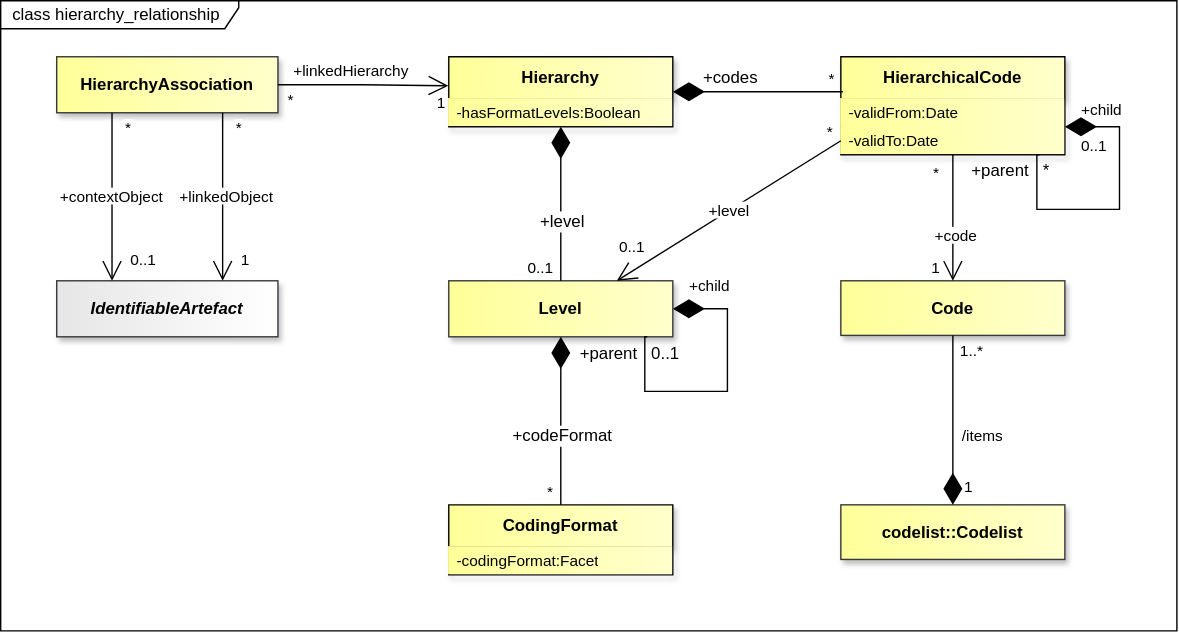
sdmx-twg/sdmx-im keeps this draw.io diagram as docs/information_model/media/sdmx_codelist-hierarchy_relationship.svg. Above is the earlier version. Source tidied: cells renumbered, new cells last; positions are measured from the earlier drawing's top-left corner, leaving out a move shared by most shapes.
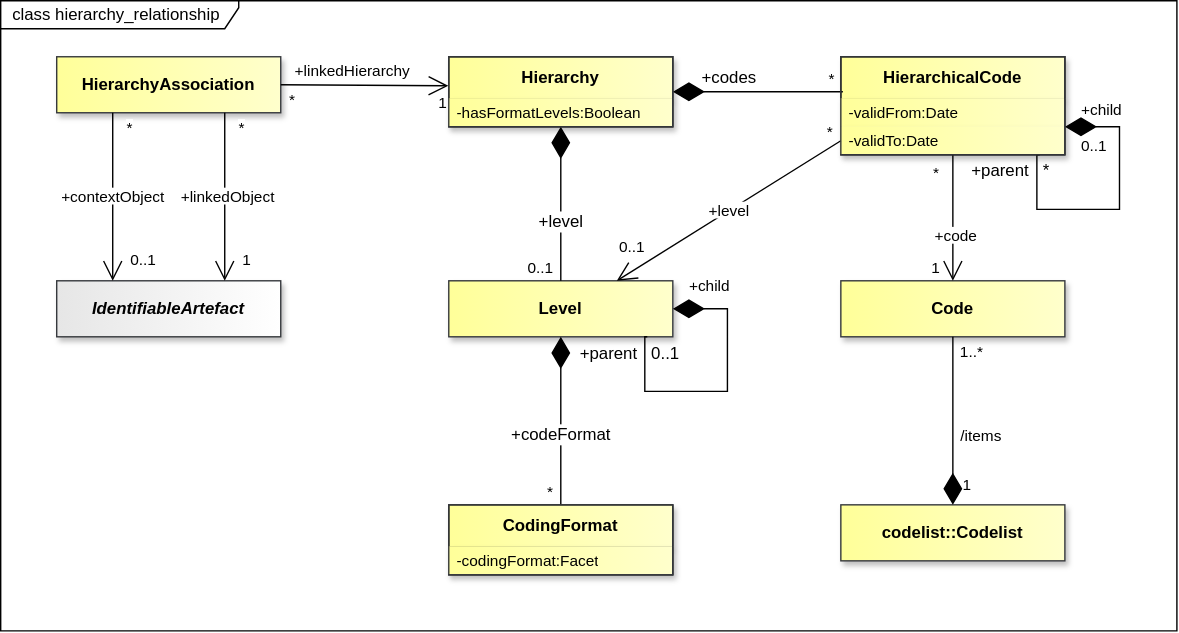
The same diagram one commit later.

The edit, as a diff of the source:
```diff
@@ -30,13 +30,13 @@
       <mxGeometry x="320" y="200" width="160" height="40" as="geometry" />
     </mxCell>
     <mxCell id="11" value="HierarchyAssociation" style="whiteSpace=wrap;html=1;verticalAlign=middle;gradientDirection=east;imageVerticalAlign=top;fontStyle=1;fillColor=light-dark(#FFFF99,#FFFF99);strokeColor=#36393d;fontColor=light-dark(#000000,#000000);gradientColor=light-dark(#FFFFCC,#FFFFCC);shadow=1;" parent="1" vertex="1">
-      <mxGeometry x="40" y="40" width="158" height="40" as="geometry" />
+      <mxGeometry x="40" y="40" width="160" height="40" as="geometry" />
     </mxCell>
     <mxCell id="12" value="&lt;span style=&quot;background-color: transparent;&quot;&gt;Code&lt;/span&gt;" style="whiteSpace=wrap;html=1;verticalAlign=middle;gradientDirection=east;imageVerticalAlign=top;fontStyle=1;fillColor=light-dark(#FFFF99,#FFFF99);strokeColor=#36393d;fontColor=light-dark(#000000,#000000);gradientColor=light-dark(#FFFFCC,#FFFFCC);shadow=1;" parent="1" vertex="1">
-      <mxGeometry x="600" y="200" width="160" height="39" as="geometry" />
+      <mxGeometry x="600" y="200" width="160" height="40" as="geometry" />
     </mxCell>
     <mxCell id="13" value="codelist::&lt;span style=&quot;background-color: transparent;&quot;&gt;Codelist&lt;/span&gt;" style="whiteSpace=wrap;html=1;verticalAlign=middle;gradientDirection=east;imageVerticalAlign=top;fontStyle=1;fillColor=light-dark(#FFFF99,#FFFF99);strokeColor=#36393d;fontColor=light-dark(#000000,#000000);gradientColor=light-dark(#FFFFCC,#FFFFCC);shadow=1;" parent="1" vertex="1">
-      <mxGeometry x="600" y="360" width="160" height="39" as="geometry" />
+      <mxGeometry x="600" y="360" width="160" height="40" as="geometry" />
     </mxCell>
     <mxCell id="14" style="endArrow=none;html=1;endSize=12;startArrow=diamondThin;startSize=20;startFill=1;edgeStyle=orthogonalEdgeStyle;rounded=0;exitX=0.5;exitY=0;exitDx=0;exitDy=0;endFill=0;strokeColor=light-dark(#000000,#FFFFFF);fontColor=light-dark(#000000,#FFFFFF);labelBackgroundColor=none;entryX=0.5;entryY=1;entryDx=0;entryDy=0;" parent="1" edge="1" source="13" target="12">
       <mxGeometry x="-0.54" relative="1" as="geometry" />
@@ -59,13 +59,13 @@
     <mxCell id="18" value="Hierarchy" style="swimlane;fontStyle=1;align=center;verticalAlign=middle;horizontal=1;startSize=30;whiteSpace=wrap;html=1;fillColor=light-dark(#FFFF99,#FFFF99);strokeColor=light-dark(#000000,#000000);gradientDirection=east;swimlaneLine=1;fontColor=light-dark(#000000,#000000);labelBackgroundColor=none;textShadow=0;gradientColor=light-dark(#FFFFCC,#FFFFCC);shadow=1;" parent="1" vertex="1">
       <mxGeometry x="320" y="40" width="160" height="50" as="geometry" />
     </mxCell>
-    <mxCell id="19" value="-hasFormatLevels:Boolean" style="text;strokeColor=none;fillColor=light-dark(#FFFF99,#FFFF99);align=left;verticalAlign=middle;spacingLeft=4;spacingRight=4;overflow=hidden;whiteSpace=wrap;html=1;fontFamily=Helvetica;fontSize=11;fontColor=light-dark(#000000,#000000);gradientColor=light-dark(#FFFFCC,#FFFFCC);gradientDirection=east;" parent="18" vertex="1">
+    <mxCell id="19" value="-hasFormatLevels:Boolean" style="text;strokeColor=none;fillColor=light-dark(#FFFF99,#FFFF99);align=left;verticalAlign=middle;spacingLeft=4;spacingRight=4;overflow=hidden;whiteSpace=wrap;html=1;fontFamily=Helvetica;fontSize=11;fontColor=light-dark(#000000,#000000);gradientColor=light-dark(#FFFFCC,#FFFFCC);gradientDirection=east;shadow=1;" parent="18" vertex="1">
       <mxGeometry y="30" width="160" height="20" as="geometry" />
     </mxCell>
     <mxCell id="20" value="CodingFormat" style="swimlane;fontStyle=1;align=center;verticalAlign=middle;horizontal=1;startSize=30;whiteSpace=wrap;html=1;fillColor=light-dark(#FFFF99,#FFFF99);strokeColor=light-dark(#000000,#000000);gradientDirection=east;swimlaneLine=1;fontColor=light-dark(#000000,#000000);labelBackgroundColor=none;textShadow=0;gradientColor=light-dark(#FFFFCC,#FFFFCC);shadow=1;" parent="1" vertex="1">
       <mxGeometry x="320" y="360" width="160" height="50" as="geometry" />
     </mxCell>
-    <mxCell id="21" value="-codingFormat:Facet" style="text;strokeColor=none;fillColor=light-dark(#FFFF99,#FFFF99);align=left;verticalAlign=middle;spacingLeft=4;spacingRight=4;overflow=hidden;whiteSpace=wrap;html=1;fontFamily=Helvetica;fontSize=11;fontColor=light-dark(#000000,#000000);gradientColor=light-dark(#FFFFCC,#FFFFCC);gradientDirection=east;" parent="20" vertex="1">
+    <mxCell id="21" value="-codingFormat:Facet" style="text;strokeColor=none;fillColor=light-dark(#FFFF99,#FFFF99);align=left;verticalAlign=middle;spacingLeft=4;spacingRight=4;overflow=hidden;whiteSpace=wrap;html=1;fontFamily=Helvetica;fontSize=11;fontColor=light-dark(#000000,#000000);gradientColor=light-dark(#FFFFCC,#FFFFCC);gradientDirection=east;shadow=1;" parent="20" vertex="1">
       <mxGeometry y="30" width="160" height="20" as="geometry" />
     </mxCell>
     <mxCell id="22" style="endArrow=none;html=1;endSize=12;startArrow=diamondThin;startSize=20;startFill=1;edgeStyle=orthogonalEdgeStyle;rounded=0;endFill=0;strokeColor=light-dark(#000000,#FFFFFF);fontColor=light-dark(#000000,#FFFFFF);labelBackgroundColor=none;entryX=0.886;entryY=1;entryDx=0;entryDy=0;exitX=1;exitY=0.5;exitDx=0;exitDy=0;innerLoopWaypoints=1;entryPerimeter=0;" parent="1" edge="1" source="10" target="10">
@@ -90,14 +90,14 @@
     <mxCell id="25" value="HierarchicalCode" style="swimlane;fontStyle=1;align=center;verticalAlign=middle;horizontal=1;startSize=30;whiteSpace=wrap;html=1;fillColor=light-dark(#FFFF99,#FFFF99);strokeColor=light-dark(#000000,#000000);gradientDirection=east;swimlaneLine=1;fontColor=light-dark(#000000,#000000);labelBackgroundColor=none;textShadow=0;gradientColor=light-dark(#FFFFCC,#FFFFCC);shadow=1;" parent="1" vertex="1">
       <mxGeometry x="600" y="40" width="160" height="70" as="geometry" />
     </mxCell>
-    <mxCell id="26" value="-validFrom:Date" style="text;strokeColor=none;fillColor=light-dark(#FFFF99,#FFFF99);align=left;verticalAlign=middle;spacingLeft=4;spacingRight=4;overflow=hidden;whiteSpace=wrap;html=1;fontFamily=Helvetica;fontSize=11;fontColor=light-dark(#000000,#000000);gradientColor=light-dark(#FFFFCC,#FFFFCC);gradientDirection=east;" parent="25" vertex="1">
+    <mxCell id="26" value="-validFrom:Date" style="text;strokeColor=none;fillColor=light-dark(#FFFF99,#FFFF99);align=left;verticalAlign=middle;spacingLeft=4;spacingRight=4;overflow=hidden;whiteSpace=wrap;html=1;fontFamily=Helvetica;fontSize=11;fontColor=light-dark(#000000,#000000);gradientColor=light-dark(#FFFFCC,#FFFFCC);gradientDirection=east;shadow=1;" parent="25" vertex="1">
       <mxGeometry y="30" width="160" height="20" as="geometry" />
     </mxCell>
-    <mxCell id="27" value="-validTo:Date" style="text;strokeColor=none;fillColor=light-dark(#FFFF99,#FFFF99);align=left;verticalAlign=middle;spacingLeft=4;spacingRight=4;overflow=hidden;points=[[0,0.5],[1,0.5]];portConstraint=eastwest;whiteSpace=wrap;html=1;fontFamily=Helvetica;fontSize=11;fontColor=light-dark(#000000,#000000);gradientColor=light-dark(#FFFFCC,#FFFFCC);gradientDirection=east;" parent="25" vertex="1">
+    <mxCell id="27" value="-validTo:Date" style="text;strokeColor=none;fillColor=light-dark(#FFFF99,#FFFF99);align=left;verticalAlign=middle;spacingLeft=4;spacingRight=4;overflow=hidden;points=[[0,0.5],[1,0.5]];portConstraint=eastwest;whiteSpace=wrap;html=1;fontFamily=Helvetica;fontSize=11;fontColor=light-dark(#000000,#000000);gradientColor=light-dark(#FFFFCC,#FFFFCC);gradientDirection=east;shadow=1;" parent="25" vertex="1">
       <mxGeometry y="50" width="160" height="20" as="geometry" />
     </mxCell>
     <mxCell id="28" value="IdentifiableArtefact" style="whiteSpace=wrap;html=1;verticalAlign=middle;gradientDirection=east;imageVerticalAlign=top;fontStyle=3;fillColor=light-dark(#E6E6E6,#E6E6E6);strokeColor=#36393d;fontColor=light-dark(#000000,#000000);gradientColor=light-dark(#FFFFFF,#FFFFFF);shadow=1;" parent="1" vertex="1">
-      <mxGeometry x="40" y="200" width="158" height="40" as="geometry" />
+      <mxGeometry x="40" y="200" width="160" height="40" as="geometry" />
     </mxCell>
     <mxCell id="29" style="endArrow=none;html=1;endSize=12;startArrow=diamondThin;startSize=20;startFill=1;edgeStyle=orthogonalEdgeStyle;rounded=0;endFill=0;strokeColor=light-dark(#000000,#FFFFFF);fontColor=light-dark(#000000,#FFFFFF);labelBackgroundColor=none;exitX=0.5;exitY=1;exitDx=0;exitDy=0;entryX=0.5;entryY=0;entryDx=0;entryDy=0;" parent="1" edge="1" source="18" target="10">
       <mxGeometry x="0.56" y="-28" relative="1" as="geometry">
@@ -114,14 +114,14 @@
         <mxPoint x="-1" y="-10" as="offset" />
       </mxGeometry>
     </mxCell>
-    <mxCell id="32" style="endArrow=none;html=1;endSize=12;startArrow=diamondThin;startSize=20;startFill=1;edgeStyle=orthogonalEdgeStyle;rounded=0;endFill=0;strokeColor=light-dark(#000000,#FFFFFF);fontColor=light-dark(#000000,#FFFFFF);labelBackgroundColor=none;exitX=1;exitY=0.5;exitDx=0;exitDy=0;" parent="1" edge="1" source="18">
+    <mxCell id="32" style="endArrow=none;html=1;endSize=12;startArrow=diamondThin;startSize=20;startFill=1;rounded=0;endFill=0;strokeColor=light-dark(#000000,#FFFFFF);fontColor=light-dark(#000000,#FFFFFF);labelBackgroundColor=none;exitX=1;exitY=0.5;exitDx=0;exitDy=0;" parent="1" edge="1" source="18">
       <mxGeometry x="0.75" y="-28" relative="1" as="geometry">
         <mxPoint x="601.4" y="65" as="targetPoint" />
         <mxPoint x="-1" as="offset" />
       </mxGeometry>
     </mxCell>
     <mxCell id="33" value="*" style="edgeLabel;html=1;align=right;verticalAlign=top;labelBackgroundColor=none;fontColor=light-dark(#000000,#FFFFFF);" parent="32" vertex="1">
-      <mxGeometry x="1" relative="1" as="geometry">
+      <mxGeometry x="0.99" relative="1" as="geometry">
         <mxPoint x="-5" y="-22" as="offset" />
       </mxGeometry>
     </mxCell>
@@ -192,11 +192,11 @@
         <mxPoint x="9" y="5" as="offset" />
       </mxGeometry>
     </mxCell>
-    <mxCell id="47" value="&lt;span style=&quot;background-color: rgb(255, 255, 255);&quot;&gt;+linkedHierarchy&lt;/span&gt;" style="endArrow=open;html=1;endSize=12;startArrow=none;startSize=20;startFill=0;edgeStyle=orthogonalEdgeStyle;rounded=0;endFill=0;strokeColor=light-dark(#000000,#FFFFFF);fontColor=light-dark(#000000,#FFFFFF);labelBackgroundColor=none;entryX=-0.002;entryY=0.415;entryDx=0;entryDy=0;exitX=1;exitY=0.5;exitDx=0;exitDy=0;entryPerimeter=0;" parent="1" edge="1" source="11" target="18">
+    <mxCell id="47" value="&lt;span style=&quot;background-color: rgb(255, 255, 255);&quot;&gt;+linkedHierarchy&lt;/span&gt;" style="endArrow=open;html=1;endSize=12;startArrow=none;startSize=20;startFill=0;rounded=0;endFill=0;strokeColor=light-dark(#000000,#FFFFFF);fontColor=light-dark(#000000,#FFFFFF);labelBackgroundColor=none;entryX=-0.002;entryY=0.415;entryDx=0;entryDy=0;exitX=1;exitY=0.5;exitDx=0;exitDy=0;entryPerimeter=0;" parent="1" edge="1" source="11" target="18">
       <mxGeometry x="-0.15" y="10" relative="1" as="geometry" />
     </mxCell>
     <mxCell id="48" value="1" style="edgeLabel;html=1;align=left;verticalAlign=top;labelBackgroundColor=none;fontColor=light-dark(#000000,#FFFFFF);" parent="47" vertex="1">
-      <mxGeometry x="-0.02" relative="1" as="geometry">
+      <mxGeometry x="-0.01" relative="1" as="geometry">
         <mxPoint x="52" as="offset" />
       </mxGeometry>
     </mxCell>
@@ -231,5 +231,14 @@
         <mxPoint x="-15" y="5" as="offset" />
       </mxGeometry>
     </mxCell>
+    <mxCell id="56" style="rounded=0;whiteSpace=wrap;html=1;fillColor=none;strokeColor=#36393D;" parent="1" vertex="1">
+      <mxGeometry x="320" y="40" width="160" height="50" as="geometry" />
+    </mxCell>
+    <mxCell id="57" style="rounded=0;whiteSpace=wrap;html=1;fillColor=none;strokeColor=#36393D;" parent="1" vertex="1">
+      <mxGeometry x="600" y="40" width="160" height="70" as="geometry" />
+    </mxCell>
+    <mxCell id="58" style="rounded=0;whiteSpace=wrap;html=1;fillColor=none;strokeColor=#36393D;" parent="1" vertex="1">
+      <mxGeometry x="320" y="360" width="160" height="50" as="geometry" />
+    </mxCell>
   </root>
 </mxGraphModel>
```
